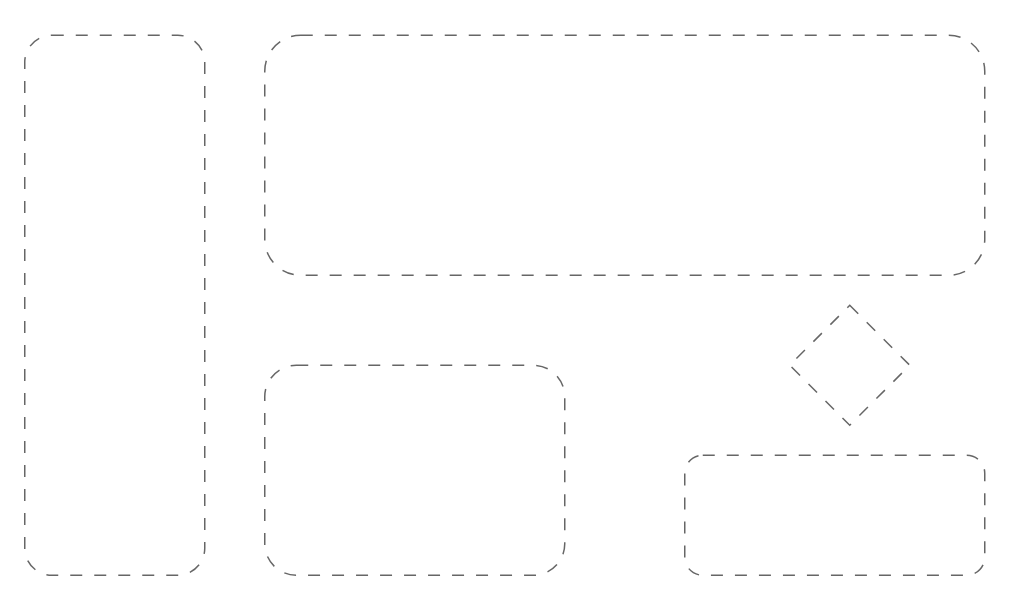
The draw.io diagram page "lego_带prodkey" (6 of 7) of aps.drawio in songshiyun/drawio, before the edit. Source tidied: cells renumbered, new cells numbered last; positions are measured from the earlier drawing's top-left corner, leaving out a move shared by most shapes. Both pictures are drawn from the tidied source at 150%, with x=0, y=0 at pixel (24, 34).
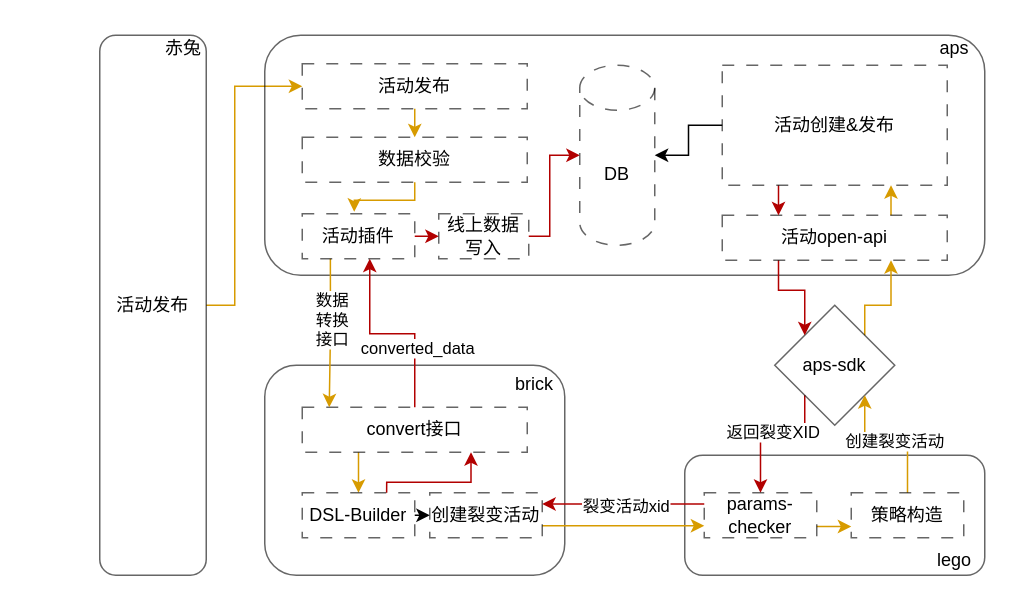
The same diagram, later.

Diff of the diagram source:
```diff
@@
+    <mxCell id="7" style="edgeStyle=orthogonalEdgeStyle;rounded=0;jettySize=auto;html=1;exitX=1;exitY=0.5;exitDx=0;exitDy=0;entryX=0;entryY=0.5;entryDx=0;entryDy=0;fillColor=#ffe6cc;strokeColor=#d79b00;" parent="1" edge="1" source="2" target="35">
+      <mxGeometry relative="1" as="geometry">
+        <Array as="points">
+          <mxPoint x="140" y="180" />
+          <mxPoint x="140" y="34" />
+        </Array>
+      </mxGeometry>
+    </mxCell>
-    <mxCell id="2" style="rounded=1;whiteSpace=wrap;html=1;dashed=1;dashPattern=8 8;fillColor=none;opacity=60;" parent="1" vertex="1">
-      <mxGeometry width="120" height="360" as="geometry" />
+    <mxCell id="2" value="活动发布" style="rounded=1;whiteSpace=wrap;html=1;fillColor=none;opacity=60;" parent="1" vertex="1">
+      <mxGeometry x="50" width="71" height="360" as="geometry" />
     </mxCell>
-    <mxCell id="3" style="rounded=1;whiteSpace=wrap;html=1;dashed=1;dashPattern=8 8;fillColor=none;opacity=60;" parent="1" vertex="1">
+    <mxCell id="3" style="rounded=1;whiteSpace=wrap;html=1;fillColor=none;opacity=60;" parent="1" vertex="1">
       <mxGeometry x="160" width="480" height="160" as="geometry" />
     </mxCell>
-    <mxCell id="4" style="rounded=1;whiteSpace=wrap;html=1;dashed=1;dashPattern=8 8;fillColor=none;opacity=60;" parent="1" vertex="1">
+    <mxCell id="4" style="rounded=1;whiteSpace=wrap;html=1;fillColor=none;opacity=60;" parent="1" vertex="1">
       <mxGeometry x="160" y="220" width="200" height="140" as="geometry" />
     </mxCell>
-    <mxCell id="5" style="rounded=1;whiteSpace=wrap;html=1;dashed=1;dashPattern=8 8;fillColor=none;opacity=60;" parent="1" vertex="1">
+    <mxCell id="5" style="rounded=1;whiteSpace=wrap;html=1;fillColor=none;opacity=60;" parent="1" vertex="1">
       <mxGeometry x="440" y="280" width="200" height="80" as="geometry" />
     </mxCell>
+    <mxCell id="8" style="edgeStyle=orthogonalEdgeStyle;rounded=0;jettySize=auto;html=1;exitX=0;exitY=1;exitDx=0;exitDy=0;entryX=0.5;entryY=0;entryDx=0;entryDy=0;fillColor=#e51400;strokeColor=#B20000;" parent="1" edge="1" source="6" target="23">
+      <mxGeometry relative="1" as="geometry">
+        <Array as="points">
+          <mxPoint x="520" y="270" />
+          <mxPoint x="491" y="270" />
+        </Array>
+      </mxGeometry>
+    </mxCell>
+    <mxCell id="9" value="返回裂变XID" style="edgeLabel;html=1;align=center;verticalAlign=middle;" parent="8" vertex="1">
+      <mxGeometry x="0.1" y="1" relative="1" as="geometry">
+        <mxPoint y="-7" as="offset" />
+      </mxGeometry>
+    </mxCell>
+    <mxCell id="10" style="edgeStyle=orthogonalEdgeStyle;rounded=0;jettySize=auto;html=1;exitX=1;exitY=0;exitDx=0;exitDy=0;entryX=0.75;entryY=1;entryDx=0;entryDy=0;fillColor=#ffe6cc;strokeColor=#d79b00;" parent="1" edge="1" source="6" target="29">
+      <mxGeometry relative="1" as="geometry">
+        <Array as="points">
+          <mxPoint x="560" y="180" />
+          <mxPoint x="577" y="180" />
+        </Array>
+      </mxGeometry>
+    </mxCell>
-    <mxCell id="6" style="rhombus;whiteSpace=wrap;html=1;dashed=1;dashPattern=8 8;fillColor=none;opacity=60;" parent="1" vertex="1">
-      <mxGeometry x="510" y="180" width="80" height="80" as="geometry" />
+    <mxCell id="6" value="aps-sdk" style="rhombus;whiteSpace=wrap;html=1;fillColor=none;opacity=60;" parent="1" vertex="1">
+      <mxGeometry x="500" y="180" width="80" height="80" as="geometry" />
     </mxCell>
+    <mxCell id="11" style="edgeStyle=none;rounded=0;jettySize=auto;html=1;exitX=0.25;exitY=1;exitDx=0;exitDy=0;entryX=0.5;entryY=0;entryDx=0;entryDy=0;fillColor=#ffe6cc;strokeColor=#d79b00;" parent="1" edge="1" source="14" target="17">
+      <mxGeometry relative="1" as="geometry" />
+    </mxCell>
+    <mxCell id="12" style="edgeStyle=orthogonalEdgeStyle;rounded=0;jettySize=auto;html=1;fillColor=#e51400;strokeColor=#B20000;" parent="1" edge="1" source="14" target="41">
+      <mxGeometry relative="1" as="geometry">
+        <Array as="points">
+          <mxPoint x="260" y="199" />
+          <mxPoint x="230" y="199" />
+        </Array>
+      </mxGeometry>
+    </mxCell>
+    <mxCell id="13" value="converted_data" style="edgeLabel;html=1;align=center;verticalAlign=middle;" parent="12" vertex="1">
+      <mxGeometry x="-0.42" y="-1" relative="1" as="geometry">
+        <mxPoint y="-3" as="offset" />
+      </mxGeometry>
+    </mxCell>
+    <mxCell id="14" value="convert接口" style="rounded=0;whiteSpace=wrap;html=1;dashed=1;dashPattern=8 8;fillColor=none;opacity=60;" parent="1" vertex="1">
+      <mxGeometry x="185" y="248" width="150" height="30" as="geometry" />
+    </mxCell>
+    <mxCell id="15" style="edgeStyle=none;rounded=0;jettySize=auto;html=1;exitX=1;exitY=0.5;exitDx=0;exitDy=0;entryX=0;entryY=0.5;entryDx=0;entryDy=0;" parent="1" edge="1" source="17" target="19">
+      <mxGeometry relative="1" as="geometry" />
+    </mxCell>
+    <mxCell id="16" style="edgeStyle=orthogonalEdgeStyle;rounded=0;jettySize=auto;html=1;exitX=0.75;exitY=0;exitDx=0;exitDy=0;entryX=0.75;entryY=1;entryDx=0;entryDy=0;fillColor=#e51400;strokeColor=#B20000;" parent="1" edge="1" source="17" target="14">
+      <mxGeometry relative="1" as="geometry">
+        <Array as="points">
+          <mxPoint x="241" y="298" />
+          <mxPoint x="298" y="298" />
+        </Array>
+      </mxGeometry>
+    </mxCell>
+    <mxCell id="17" value="DSL-Builder" style="rounded=0;whiteSpace=wrap;html=1;dashed=1;dashPattern=8 8;fillColor=none;opacity=60;" parent="1" vertex="1">
+      <mxGeometry x="185" y="305" width="75" height="30" as="geometry" />
+    </mxCell>
+    <mxCell id="18" style="edgeStyle=none;rounded=0;orthogonalLoop=1;jettySize=auto;html=1;exitX=1;exitY=0.5;exitDx=0;exitDy=0;entryX=0;entryY=0.5;entryDx=0;entryDy=0;fillColor=#ffe6cc;strokeColor=#d79b00;" parent="1" edge="1">
+      <mxGeometry relative="1" as="geometry">
+        <mxPoint x="345" y="327" as="sourcePoint" />
+        <mxPoint x="453" y="327" as="targetPoint" />
+      </mxGeometry>
+    </mxCell>
+    <mxCell id="19" value="创建裂变活动" style="rounded=0;whiteSpace=wrap;html=1;dashed=1;dashPattern=8 8;fillColor=none;opacity=60;" parent="1" vertex="1">
+      <mxGeometry x="270" y="305" width="75" height="30" as="geometry" />
+    </mxCell>
+    <mxCell id="20" style="edgeStyle=none;rounded=0;jettySize=auto;html=1;exitX=1;exitY=0.75;exitDx=0;exitDy=0;entryX=0;entryY=0.75;entryDx=0;entryDy=0;fillColor=#ffe6cc;strokeColor=#d79b00;" parent="1" edge="1" source="23" target="26">
+      <mxGeometry relative="1" as="geometry" />
+    </mxCell>
+    <mxCell id="21" style="edgeStyle=orthogonalEdgeStyle;rounded=0;jettySize=auto;html=1;exitX=0;exitY=0.25;exitDx=0;exitDy=0;entryX=1;entryY=0.25;entryDx=0;entryDy=0;fillColor=#e51400;strokeColor=#B20000;" parent="1" edge="1" source="23" target="19">
+      <mxGeometry relative="1" as="geometry" />
+    </mxCell>
+    <mxCell id="22" value="裂变活动xid" style="edgeLabel;html=1;align=center;verticalAlign=middle;" parent="21" vertex="1">
+      <mxGeometry x="0.24" y="1" relative="1" as="geometry">
+        <mxPoint x="14" as="offset" />
+      </mxGeometry>
+    </mxCell>
+    <mxCell id="23" value="params-checker" style="rounded=0;whiteSpace=wrap;html=1;dashed=1;dashPattern=8 8;fillColor=none;opacity=60;" parent="1" vertex="1">
+      <mxGeometry x="453" y="305" width="75" height="30" as="geometry" />
+    </mxCell>
+    <mxCell id="24" style="edgeStyle=orthogonalEdgeStyle;rounded=0;jettySize=auto;html=1;exitX=0.5;exitY=0;exitDx=0;exitDy=0;entryX=1;entryY=1;entryDx=0;entryDy=0;fillColor=#ffe6cc;strokeColor=#d79b00;" parent="1" edge="1" source="26" target="6">
+      <mxGeometry relative="1" as="geometry">
+        <Array as="points">
+          <mxPoint x="589" y="270" />
+          <mxPoint x="560" y="270" />
+        </Array>
+      </mxGeometry>
+    </mxCell>
+    <mxCell id="25" value="创建裂变活动" style="edgeLabel;html=1;align=center;verticalAlign=middle;" parent="24" vertex="1">
+      <mxGeometry x="-0.03" relative="1" as="geometry">
+        <mxPoint x="1" as="offset" />
+      </mxGeometry>
+    </mxCell>
+    <mxCell id="26" value="策略构造" style="rounded=0;whiteSpace=wrap;html=1;dashed=1;dashPattern=8 8;fillColor=none;opacity=60;" parent="1" vertex="1">
+      <mxGeometry x="551" y="305" width="75" height="30" as="geometry" />
+    </mxCell>
+    <mxCell id="27" style="edgeStyle=orthogonalEdgeStyle;rounded=0;jettySize=auto;html=1;exitX=0.75;exitY=0;exitDx=0;exitDy=0;entryX=0.75;entryY=1;entryDx=0;entryDy=0;fillColor=#ffe6cc;strokeColor=#d79b00;" parent="1" edge="1" source="29" target="32">
+      <mxGeometry relative="1" as="geometry" />
+    </mxCell>
+    <mxCell id="28" style="edgeStyle=orthogonalEdgeStyle;rounded=0;jettySize=auto;html=1;exitX=0.25;exitY=1;exitDx=0;exitDy=0;entryX=0;entryY=0;entryDx=0;entryDy=0;fillColor=#e51400;strokeColor=#B20000;" parent="1" edge="1" source="29" target="6">
+      <mxGeometry relative="1" as="geometry" />
+    </mxCell>
+    <mxCell id="29" value="活动open-api" style="rounded=0;whiteSpace=wrap;html=1;dashed=1;dashPattern=8 8;fillColor=none;opacity=60;" parent="1" vertex="1">
+      <mxGeometry x="465" y="120" width="150" height="30" as="geometry" />
+    </mxCell>
+    <mxCell id="30" style="edgeStyle=orthogonalEdgeStyle;rounded=0;jettySize=auto;html=1;exitX=0;exitY=0.5;exitDx=0;exitDy=0;entryX=1;entryY=0.5;entryDx=0;entryDy=0;entryPerimeter=0;" parent="1" edge="1" source="32" target="33">
+      <mxGeometry relative="1" as="geometry" />
+    </mxCell>
+    <mxCell id="31" style="edgeStyle=orthogonalEdgeStyle;rounded=0;jettySize=auto;html=1;exitX=0.25;exitY=1;exitDx=0;exitDy=0;entryX=0.25;entryY=0;entryDx=0;entryDy=0;fillColor=#e51400;strokeColor=#B20000;" parent="1" edge="1" source="32" target="29">
+      <mxGeometry relative="1" as="geometry" />
+    </mxCell>
+    <mxCell id="32" value="活动创建&amp;amp;发布" style="rounded=0;whiteSpace=wrap;html=1;dashed=1;dashPattern=8 8;fillColor=none;opacity=60;" parent="1" vertex="1">
+      <mxGeometry x="465" y="20" width="150" height="80" as="geometry" />
+    </mxCell>
+    <mxCell id="33" value="DB" style="shape=cylinder3;whiteSpace=wrap;html=1;boundedLbl=1;backgroundOutline=1;size=15;dashed=1;dashPattern=8 8;fillColor=none;opacity=60;" parent="1" vertex="1">
+      <mxGeometry x="370" y="20" width="50" height="120" as="geometry" />
+    </mxCell>
+    <mxCell id="34" style="edgeStyle=orthogonalEdgeStyle;rounded=0;jettySize=auto;html=1;exitX=0.5;exitY=1;exitDx=0;exitDy=0;entryX=0.5;entryY=0;entryDx=0;entryDy=0;fillColor=#ffe6cc;strokeColor=#d79b00;" parent="1" edge="1" source="35" target="37">
+      <mxGeometry relative="1" as="geometry" />
+    </mxCell>
+    <mxCell id="35" value="活动发布" style="rounded=0;whiteSpace=wrap;html=1;dashed=1;dashPattern=8 8;fillColor=none;opacity=60;" parent="1" vertex="1">
+      <mxGeometry x="185" y="19" width="150" height="30" as="geometry" />
+    </mxCell>
+    <mxCell id="36" style="edgeStyle=orthogonalEdgeStyle;rounded=0;jettySize=auto;html=1;exitX=0.5;exitY=1;exitDx=0;exitDy=0;entryX=0.462;entryY=-0.044;entryDx=0;entryDy=0;entryPerimeter=0;fillColor=#ffe6cc;strokeColor=#d79b00;" parent="1" edge="1" source="37" target="41">
+      <mxGeometry relative="1" as="geometry">
+        <Array as="points">
+          <mxPoint x="260" y="110" />
+          <mxPoint x="220" y="110" />
+        </Array>
+      </mxGeometry>
+    </mxCell>
+    <mxCell id="37" value="数据校验" style="rounded=0;whiteSpace=wrap;html=1;dashed=1;dashPattern=8 8;fillColor=none;opacity=60;" parent="1" vertex="1">
+      <mxGeometry x="185" y="68" width="150" height="30" as="geometry" />
+    </mxCell>
+    <mxCell id="38" style="edgeStyle=orthogonalEdgeStyle;rounded=0;jettySize=auto;html=1;exitX=0.25;exitY=1;exitDx=0;exitDy=0;entryX=0.12;entryY=0;entryDx=0;entryDy=0;entryPerimeter=0;fillColor=#ffe6cc;strokeColor=#d79b00;" parent="1" edge="1" source="41" target="14">
+      <mxGeometry relative="1" as="geometry" />
+    </mxCell>
+    <mxCell id="39" value="数据&lt;br&gt;转换&lt;br&gt;接口" style="edgeLabel;html=1;align=center;verticalAlign=middle;" parent="38" vertex="1">
+      <mxGeometry x="-0.09" y="1" relative="1" as="geometry">
+        <mxPoint y="-4" as="offset" />
+      </mxGeometry>
+    </mxCell>
+    <mxCell id="40" style="edgeStyle=orthogonalEdgeStyle;rounded=0;jettySize=auto;html=1;exitX=1;exitY=0.5;exitDx=0;exitDy=0;entryX=0;entryY=0.5;entryDx=0;entryDy=0;fillColor=#e51400;strokeColor=#B20000;" parent="1" edge="1" source="41" target="43">
+      <mxGeometry relative="1" as="geometry" />
+    </mxCell>
+    <mxCell id="41" value="活动插件" style="rounded=0;whiteSpace=wrap;html=1;dashed=1;dashPattern=8 8;fillColor=none;opacity=60;" parent="1" vertex="1">
+      <mxGeometry x="185" y="119" width="75" height="30" as="geometry" />
+    </mxCell>
+    <mxCell id="42" style="edgeStyle=orthogonalEdgeStyle;rounded=0;jettySize=auto;html=1;exitX=1;exitY=0.5;exitDx=0;exitDy=0;entryX=0;entryY=0.5;entryDx=0;entryDy=0;entryPerimeter=0;fillColor=#e51400;strokeColor=#B20000;" parent="1" edge="1" source="43" target="33">
+      <mxGeometry relative="1" as="geometry">
+        <Array as="points">
+          <mxPoint x="350" y="134" />
+          <mxPoint x="350" y="80" />
+        </Array>
+      </mxGeometry>
+    </mxCell>
+    <mxCell id="43" value="线上数据写入" style="rounded=0;whiteSpace=wrap;html=1;dashed=1;dashPattern=8 8;fillColor=none;opacity=60;" parent="1" vertex="1">
+      <mxGeometry x="276" y="119" width="60" height="30" as="geometry" />
+    </mxCell>
+    <mxCell id="44" value="赤兔" style="text;html=1;strokeColor=none;fillColor=none;align=center;verticalAlign=middle;whiteSpace=wrap;rounded=0;" parent="1" vertex="1">
+      <mxGeometry x="76" y="-6" width="60" height="30" as="geometry" />
+    </mxCell>
+    <mxCell id="45" value="aps" style="text;html=1;strokeColor=none;fillColor=none;align=center;verticalAlign=middle;whiteSpace=wrap;rounded=0;" parent="1" vertex="1">
+      <mxGeometry x="590" y="-6" width="60" height="30" as="geometry" />
+    </mxCell>
+    <mxCell id="46" value="brick" style="text;html=1;strokeColor=none;fillColor=none;align=center;verticalAlign=middle;whiteSpace=wrap;rounded=0;" parent="1" vertex="1">
+      <mxGeometry x="310" y="218" width="60" height="30" as="geometry" />
+    </mxCell>
+    <mxCell id="47" value="lego" style="text;html=1;strokeColor=none;fillColor=none;align=center;verticalAlign=middle;whiteSpace=wrap;rounded=0;" parent="1" vertex="1">
+      <mxGeometry x="590" y="335" width="60" height="30" as="geometry" />
+    </mxCell>
```
